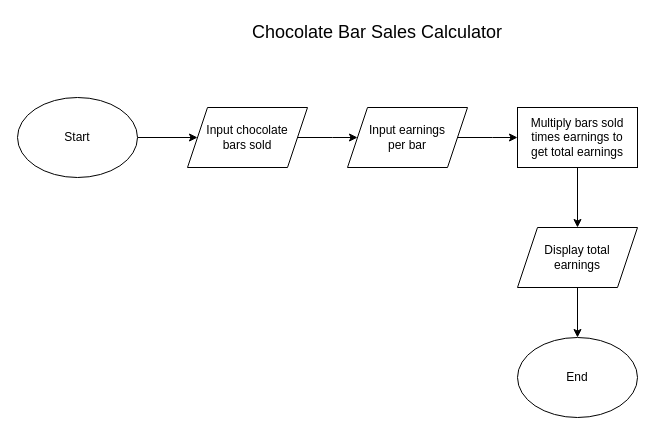
Earlier version of the draw.io diagram C++/Fundamentals/1. Simple Calculators/1. Chocolate Bars/chocolateFlowchart.drawio (darioGerussi/exploration). Source tidied: cells renumbered, new cells numbered last; positions are measured from the earlier drawing's top-left corner, leaving out a move shared by most shapes. Both pictures are drawn from the tidied source at 100%, with x=0, y=0 at pixel (17, 17).
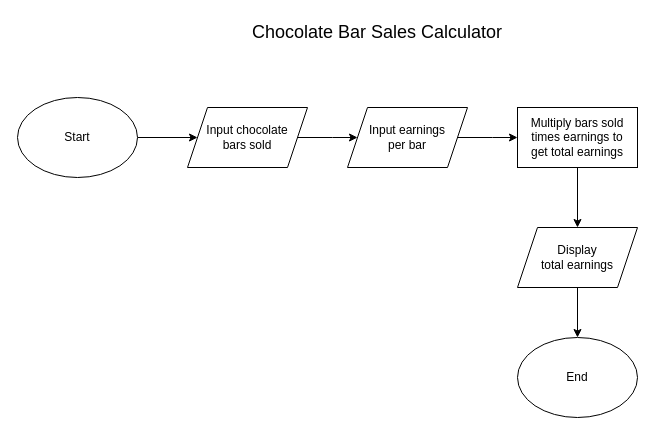
The same diagram, later.

Commit message (it also covers changes not shown here):
Update flowcharts for C++ simple calculators

Diff of the diagram source:
```diff
@@
 <mxGraphModel>
   <root>
     <mxCell id="0" />
     <mxCell id="1" parent="0" />
     <mxCell id="2" style="edgeStyle=orthogonalEdgeStyle;rounded=0;jettySize=auto;html=1;entryX=0;entryY=0.5;entryDx=0;entryDy=0;" parent="1" edge="1" source="3" target="5">
       <mxGeometry relative="1" as="geometry" />
     </mxCell>
     <mxCell id="3" value="Start" style="ellipse;whiteSpace=wrap;html=1;" parent="1" vertex="1">
       <mxGeometry y="80" width="120" height="80" as="geometry" />
     </mxCell>
     <mxCell id="4" style="edgeStyle=orthogonalEdgeStyle;rounded=0;jettySize=auto;html=1;entryX=0;entryY=0.5;entryDx=0;entryDy=0;fontSize=18;" parent="1" edge="1" source="5">
       <mxGeometry relative="1" as="geometry">
         <mxPoint x="340" y="120" as="targetPoint" />
       </mxGeometry>
     </mxCell>
     <mxCell id="5" value="&lt;div&gt;Input chocolate&lt;/div&gt;&lt;div&gt;bars sold&lt;br&gt;&lt;/div&gt;" style="shape=parallelogram;perimeter=parallelogramPerimeter;whiteSpace=wrap;html=1;fixedSize=1;" parent="1" vertex="1">
       <mxGeometry x="170" y="90" width="120" height="60" as="geometry" />
     </mxCell>
     <mxCell id="6" value="&lt;font style=&quot;font-size: 18px&quot;&gt;Chocolate Bar Sales Calculator&lt;/font&gt;" style="text;html=1;strokeColor=none;fillColor=none;align=center;verticalAlign=middle;whiteSpace=wrap;rounded=0;" parent="1" vertex="1">
       <mxGeometry x="200" width="320" height="30" as="geometry" />
     </mxCell>
     <mxCell id="7" style="edgeStyle=orthogonalEdgeStyle;rounded=0;jettySize=auto;html=1;entryX=0;entryY=0.5;entryDx=0;entryDy=0;fontSize=18;" parent="1" edge="1" source="8">
       <mxGeometry relative="1" as="geometry">
         <mxPoint x="500" y="120" as="targetPoint" />
       </mxGeometry>
     </mxCell>
     <mxCell id="8" value="&lt;div&gt;Input earnings&lt;/div&gt;&lt;div&gt;per bar&lt;br&gt;&lt;/div&gt;" style="shape=parallelogram;perimeter=parallelogramPerimeter;whiteSpace=wrap;html=1;fixedSize=1;" parent="1" vertex="1">
       <mxGeometry x="330" y="90" width="120" height="60" as="geometry" />
     </mxCell>
     <mxCell id="9" style="edgeStyle=orthogonalEdgeStyle;rounded=0;jettySize=auto;html=1;entryX=0.5;entryY=0;entryDx=0;entryDy=0;fontSize=12;" parent="1" edge="1" source="10" target="12">
       <mxGeometry relative="1" as="geometry" />
     </mxCell>
     <mxCell id="10" value="&lt;div&gt;Multiply bars sold&lt;/div&gt;&lt;div&gt;times earnings to&lt;/div&gt;&lt;div&gt;get total earnings&lt;br&gt;&lt;/div&gt;" style="rounded=0;whiteSpace=wrap;html=1;fontSize=12;" parent="1" vertex="1">
       <mxGeometry x="500" y="90" width="120" height="60" as="geometry" />
     </mxCell>
     <mxCell id="11" style="edgeStyle=orthogonalEdgeStyle;rounded=0;jettySize=auto;html=1;entryX=0.5;entryY=0;entryDx=0;entryDy=0;fontSize=12;" parent="1" edge="1" source="12" target="13">
       <mxGeometry relative="1" as="geometry" />
     </mxCell>
-    <mxCell id="12" value="&lt;div&gt;Display total&lt;/div&gt;&lt;div&gt;earnings&lt;br&gt;&lt;/div&gt;" style="shape=parallelogram;perimeter=parallelogramPerimeter;whiteSpace=wrap;html=1;fixedSize=1;fontSize=12;" parent="1" vertex="1">
+    <mxCell id="12" value="&lt;div&gt;Display&lt;/div&gt;&lt;div&gt;total earnings&lt;/div&gt;" style="shape=parallelogram;perimeter=parallelogramPerimeter;whiteSpace=wrap;html=1;fixedSize=1;fontSize=12;" parent="1" vertex="1">
       <mxGeometry x="500" y="210" width="120" height="60" as="geometry" />
     </mxCell>
     <mxCell id="13" value="End" style="ellipse;whiteSpace=wrap;html=1;fontSize=12;" parent="1" vertex="1">
       <mxGeometry x="500" y="320" width="120" height="80" as="geometry" />
     </mxCell>
   </root>
 </mxGraphModel>
```
